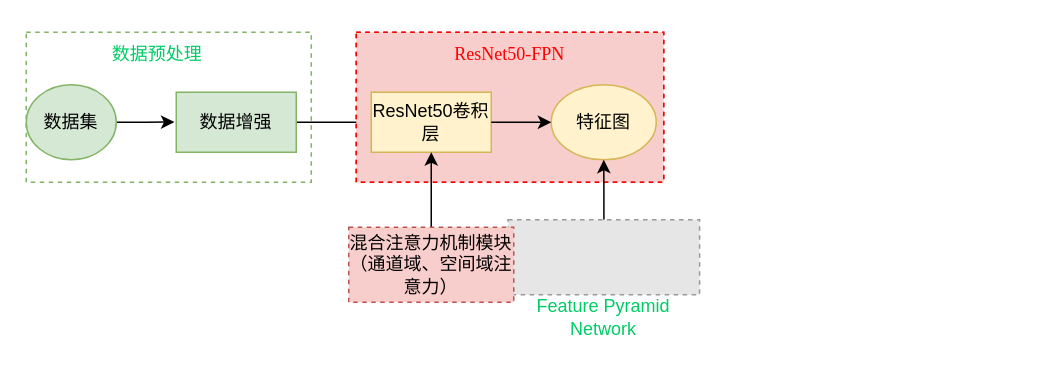
Earlier version of the draw.io diagram 基于注意力机制的目标检测算法.drawio (paleblackless/diagrams). Source tidied: cells renumbered, new cells numbered last; positions are measured from the earlier drawing's top-left corner, leaving out a move shared by most shapes. Both pictures are drawn from the tidied source at 150%, with x=0, y=0 at pixel (26, 32). Pictures stored in the file or linked from it are replaced by grey dashed boxes.
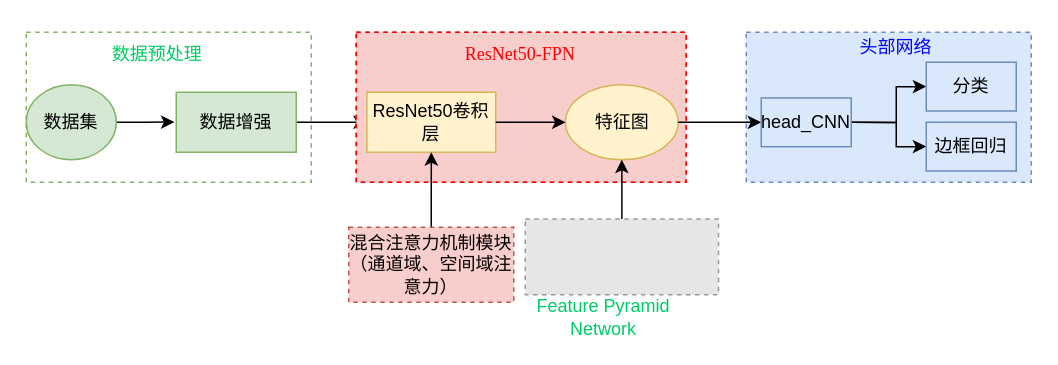
After the change.

Commit message (it also covers changes not shown here):
Update 基于注意力机制的目标检测算法.drawio

The edit, as a diff of the source:
```diff
@@
+    <mxCell id="19" style="rounded=0;whiteSpace=wrap;html=1;dashed=1;strokeColor=#6c8ebf;fillColor=#dae8fc;" parent="1" vertex="1">
+      <mxGeometry x="480" width="190" height="100" as="geometry" />
+    </mxCell>
@@
     <mxCell id="8" style="group;fillColor=#f8cecc;strokeColor=#b85450;dashed=1;" parent="1" vertex="1">
-      <mxGeometry x="220" width="205" height="100" as="geometry" />
+      <mxGeometry x="220" width="220" height="100" as="geometry" />
     </mxCell>
     <mxCell id="9" style="rounded=0;whiteSpace=wrap;html=1;fillColor=none;strokeColor=#FF0000;dashed=1;" parent="8" vertex="1">
-      <mxGeometry width="205" height="100" as="geometry" />
+      <mxGeometry width="220" height="100" as="geometry" />
     </mxCell>
     <mxCell id="10" value="ResNet50卷积层" style="rounded=0;whiteSpace=wrap;html=1;fillColor=#fff2cc;strokeColor=#d6b656;" parent="8" vertex="1">
-      <mxGeometry x="10" y="40" width="80" height="40" as="geometry" />
+      <mxGeometry x="7.1" y="40" width="85.9" height="40" as="geometry" />
     </mxCell>
     <mxCell id="11" value="特征图" style="ellipse;whiteSpace=wrap;html=1;fillColor=#fff2cc;strokeColor=#d6b656;" parent="8" vertex="1">
-      <mxGeometry x="130" y="35" width="70" height="50" as="geometry" />
+      <mxGeometry x="139.5" y="35" width="75.1" height="50" as="geometry" />
     </mxCell>
@@
     <mxCell id="13" value="&lt;p class=&quot;MsoNormal&quot;&gt;&lt;span&gt;&lt;font color=&quot;#ff0000&quot; face=&quot;Times New Roman&quot;&gt;ResNet50-FPN&lt;/font&gt;&lt;/span&gt;&lt;/p&gt;" style="text;html=1;strokeColor=none;fillColor=none;align=center;verticalAlign=middle;whiteSpace=wrap;rounded=0;dashed=1;" parent="8" vertex="1">
-      <mxGeometry x="56.2" width="92.5" height="30" as="geometry" />
+      <mxGeometry x="60.4" width="99.3" height="30" as="geometry" />
     </mxCell>
@@
     <mxCell id="16" style="fillColor=#E6E6E6;strokeColor=#999999;dashed=1;verticalLabelPosition=bottom;labelBackgroundColor=default;verticalAlign=top;" parent="1" vertex="1">
-      <mxGeometry x="321.2" y="125" width="127.7" height="50" as="geometry" />
+      <mxGeometry x="332.7" y="124.5" width="128.8" height="50.5" as="geometry" />
     </mxCell>
@@
+    <mxCell id="20" value="&lt;font color=&quot;#0000ff&quot;&gt;头部网络&lt;/font&gt;" style="text;html=1;strokeColor=none;fillColor=none;align=center;verticalAlign=middle;whiteSpace=wrap;rounded=0;dashed=1;fontColor=#00CC66;" parent="1" vertex="1">
+      <mxGeometry x="550" width="60" height="20" as="geometry" />
+    </mxCell>
+    <mxCell id="21" style="edgeStyle=orthogonalEdgeStyle;rounded=0;jettySize=auto;html=1;exitX=1;exitY=0.5;exitDx=0;exitDy=0;entryX=0;entryY=0.5;entryDx=0;entryDy=0;fontColor=#0000FF;" parent="1" edge="1" source="11" target="24">
+      <mxGeometry relative="1" as="geometry" />
+    </mxCell>
+    <mxCell id="22" style="edgeStyle=orthogonalEdgeStyle;rounded=0;jettySize=auto;html=1;exitX=1;exitY=0.5;exitDx=0;exitDy=0;entryX=0;entryY=0.5;entryDx=0;entryDy=0;fontColor=#0000FF;" parent="1" edge="1" source="24" target="25">
+      <mxGeometry relative="1" as="geometry">
+        <Array as="points">
+          <mxPoint x="580" y="60" />
+          <mxPoint x="580" y="36" />
+        </Array>
+      </mxGeometry>
+    </mxCell>
+    <mxCell id="23" style="edgeStyle=orthogonalEdgeStyle;rounded=0;jettySize=auto;html=1;exitX=1;exitY=0.5;exitDx=0;exitDy=0;entryX=0;entryY=0.5;entryDx=0;entryDy=0;fontColor=#0000FF;" parent="1" edge="1" source="24" target="26">
+      <mxGeometry relative="1" as="geometry">
+        <Array as="points">
+          <mxPoint x="580" y="60" />
+          <mxPoint x="580" y="76" />
+        </Array>
+      </mxGeometry>
+    </mxCell>
+    <mxCell id="24" value="head_CNN&lt;br&gt;" style="rounded=0;whiteSpace=wrap;html=1;strokeColor=#6c8ebf;fillColor=none;" parent="1" vertex="1">
+      <mxGeometry x="490" y="43.8" width="60" height="32.5" as="geometry" />
+    </mxCell>
+    <mxCell id="25" value="分类" style="rounded=0;whiteSpace=wrap;html=1;strokeColor=#6c8ebf;fillColor=none;" parent="1" vertex="1">
+      <mxGeometry x="600" y="20" width="60" height="32.5" as="geometry" />
+    </mxCell>
+    <mxCell id="26" value="边框回归" style="rounded=0;whiteSpace=wrap;html=1;strokeColor=#6c8ebf;fillColor=none;" parent="1" vertex="1">
+      <mxGeometry x="600" y="60" width="60" height="32.5" as="geometry" />
+    </mxCell>
```
